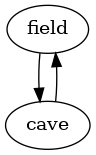
Above: map.png in PhantomKilo/c_text_adventure (Graphviz), before the change. Its source is kept beside it as map.gv. The source it was exported from:
```dot
digraph map {
	field -> cave
	cave -> field
}
```
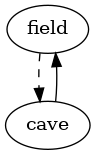
Above is the later version.

Change to the diagram source:
```diff
@@ -1,4 +1,4 @@
 digraph map {
-	field -> cave
+	field -> cave [style=dashed]
 	cave -> field
 }
```
